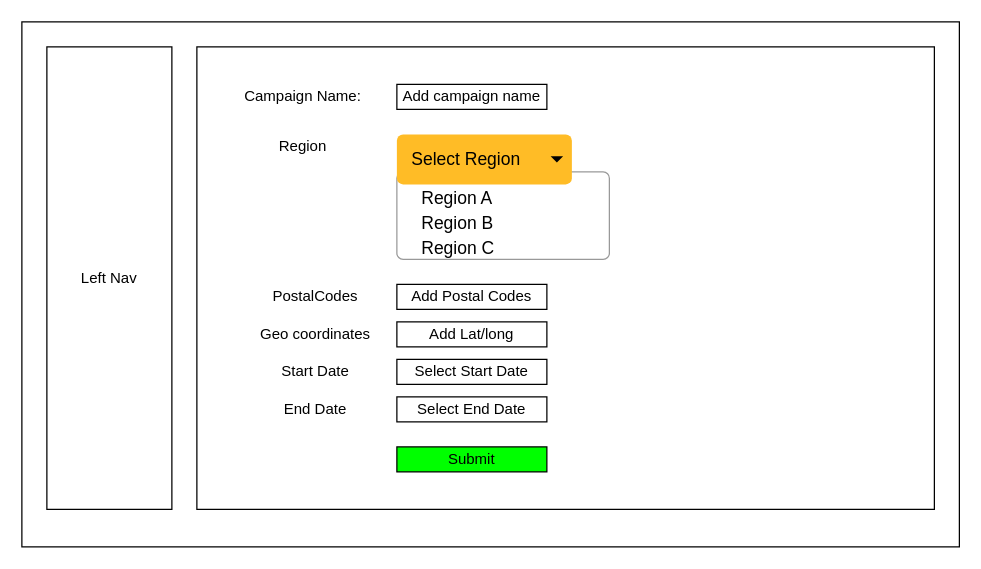
coolsharepoint/Test keeps this draw.io diagram as page "Campaign_SetUp" (5 of 6) of ttd-sa-exercise.drawio. Above is the earlier version. Source tidied: cells renumbered, new cells numbered last; positions are measured from the earlier drawing's top-left corner, leaving out a move shared by most shapes. Both pictures are drawn from the tidied source at 125%, with x=0, y=0 at pixel (21, 21).
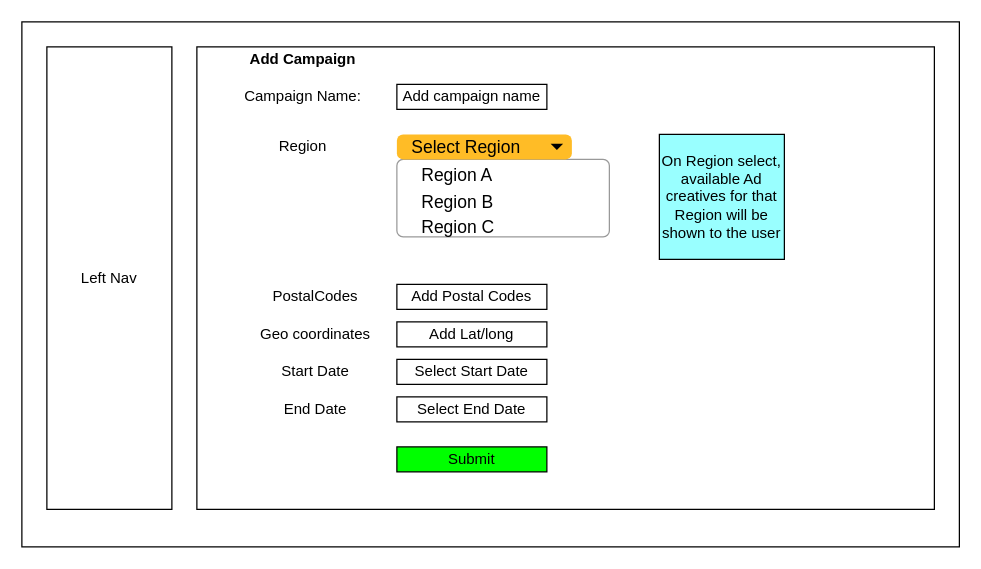
After the change.

Diff of the diagram source:
```diff
@@
     <mxCell id="8" style="html=1;shadow=0;dashed=0;shape=mxgraph.bootstrap.rrect;rSize=5;fillColor=#ffffff;strokeColor=#999999;" parent="1" vertex="1">
-      <mxGeometry x="300" y="120" width="170" height="70" as="geometry" />
+      <mxGeometry x="300" y="110" width="170" height="62" as="geometry" />
     </mxCell>
     <mxCell id="9" value="Region A" style="fillColor=none;strokeColor=none;align=left;spacing=20;fontSize=14;" parent="8" vertex="1">
       <mxGeometry width="170" height="20" relative="1" as="geometry">
-        <mxPoint y="10" as="offset" />
+        <mxPoint y="2" as="offset" />
       </mxGeometry>
     </mxCell>
     <mxCell id="10" value="Region B" style="fillColor=none;strokeColor=none;align=left;spacing=20;fontSize=14;" parent="8" vertex="1">
       <mxGeometry width="170" height="20" relative="1" as="geometry">
-        <mxPoint y="30" as="offset" />
+        <mxPoint y="23" as="offset" />
       </mxGeometry>
     </mxCell>
     <mxCell id="11" value="Region C" style="fillColor=none;strokeColor=none;align=left;spacing=20;fontSize=14;" parent="8" vertex="1">
       <mxGeometry width="170" relative="1" as="geometry">
-        <mxPoint y="60" as="offset" />
+        <mxPoint y="53" as="offset" />
       </mxGeometry>
     </mxCell>
     <mxCell id="12" value="Select Region" style="html=1;shadow=0;dashed=0;shape=mxgraph.bootstrap.rrect;rSize=5;strokeColor=none;strokeWidth=1;fillColor=#FFBC26;fontColor=#000000;whiteSpace=wrap;align=left;verticalAlign=middle;fontStyle=0;fontSize=14;spacingLeft=10;" parent="1" vertex="1">
-      <mxGeometry x="300" y="90" width="140" height="40" as="geometry" />
+      <mxGeometry x="300" y="90" width="140" height="20" as="geometry" />
     </mxCell>
@@
+    <mxCell id="23" value="&lt;b&gt;Add Campaign&lt;/b&gt;" style="text;html=1;strokeColor=none;fillColor=none;align=center;verticalAlign=middle;whiteSpace=wrap;rounded=0;" parent="1" vertex="1">
+      <mxGeometry x="170" y="10" width="110" height="40" as="geometry" />
+    </mxCell>
+    <mxCell id="24" value="On Region select, available Ad creatives for that Region will be shown to the user" style="whiteSpace=wrap;html=1;fillColor=#99FFFF;" parent="1" vertex="1">
+      <mxGeometry x="510" y="90" width="100" height="100" as="geometry" />
+    </mxCell>
```
